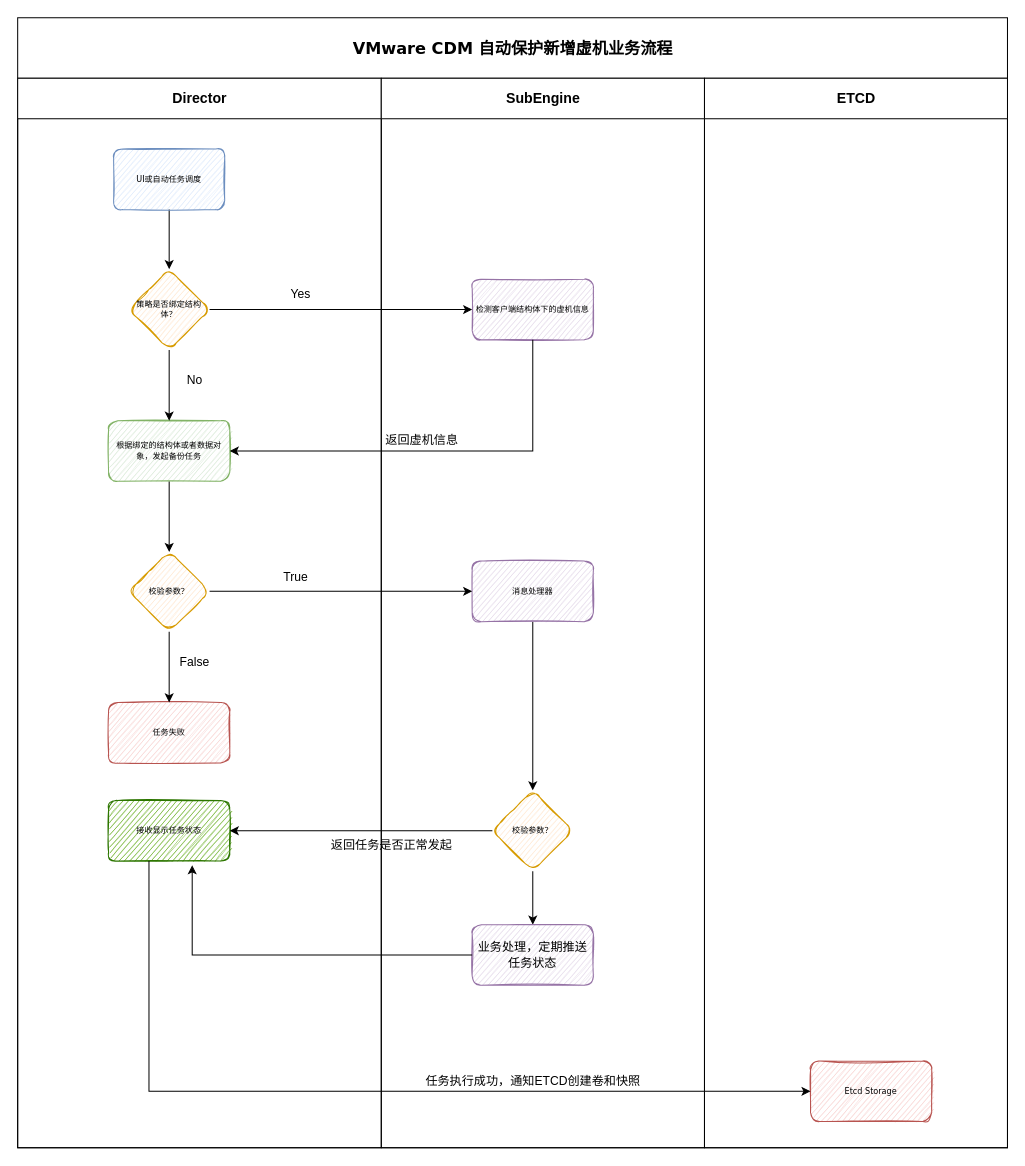
Earlier version of the draw.io diagram vmware auto backup.drawio (maqinzhang/diagrams). Source tidied: cells renumbered, new cells numbered last; positions are measured from the earlier drawing's top-left corner, leaving out a move shared by most shapes. Both pictures are drawn from the tidied source at 101%, with x=0, y=0 at pixel (17, 17).
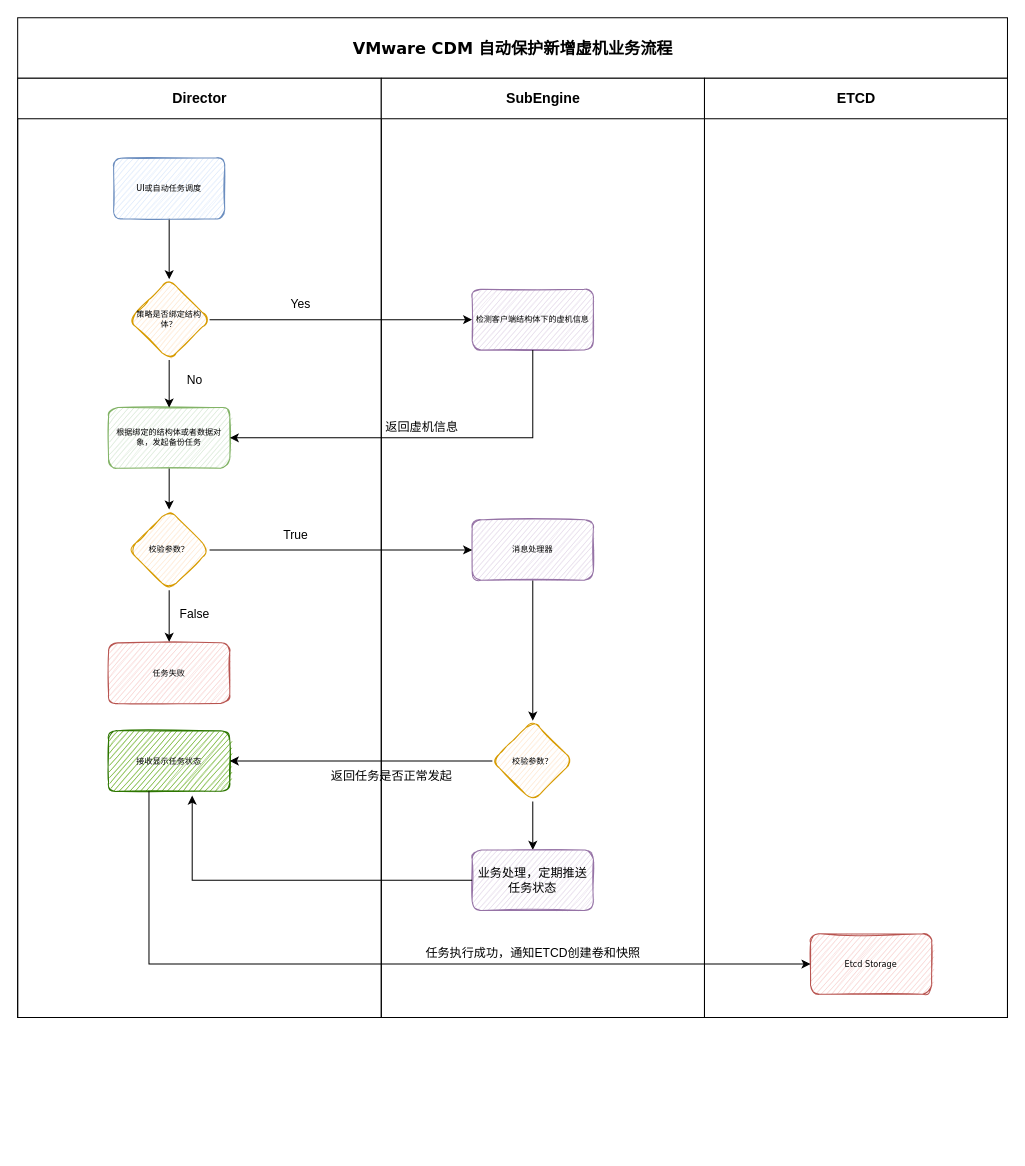
After the change.

Change to the diagram source:
```diff
@@
     <mxCell id="2" value="&lt;p style=&quot;line-height: 1.2;&quot;&gt;&lt;font style=&quot;font-size: 16px;&quot;&gt;VMware CDM 自动保护新增虚机&lt;/font&gt;&lt;span style=&quot;font-size: 16px; background-color: initial;&quot;&gt;业务流程&lt;/span&gt;&lt;/p&gt;" style="swimlane;html=1;startSize=60;rounded=0;shadow=0;labelBackgroundColor=none;strokeWidth=1;fontFamily=Verdana;fontSize=8;align=center;glass=0;" parent="1" vertex="1">
-      <mxGeometry width="980" height="1119" as="geometry" />
+      <mxGeometry width="980" height="990" as="geometry" />
     </mxCell>
     <mxCell id="3" value="&lt;font style=&quot;font-size: 14px;&quot;&gt;Director&lt;/font&gt;" style="swimlane;html=1;startSize=40;" parent="2" vertex="1">
-      <mxGeometry y="60" width="360" height="1059" as="geometry" />
+      <mxGeometry y="60" width="360" height="930" as="geometry" />
     </mxCell>
     <mxCell id="4" style="edgeStyle=orthogonalEdgeStyle;rounded=0;jettySize=auto;html=1;" parent="3" edge="1" source="5">
       <mxGeometry relative="1" as="geometry">
-        <mxPoint x="150" y="189" as="targetPoint" />
+        <mxPoint x="150" y="199" as="targetPoint" />
       </mxGeometry>
     </mxCell>
     <mxCell id="5" value="UI或自动任务调度" style="rounded=1;whiteSpace=wrap;html=1;shadow=0;labelBackgroundColor=none;strokeWidth=1;fontFamily=Verdana;fontSize=8;align=center;fillColor=#dae8fc;strokeColor=#6c8ebf;sketch=1;fillStyle=auto;" parent="3" vertex="1">
-      <mxGeometry x="95" y="70" width="110" height="60" as="geometry" />
+      <mxGeometry x="95" y="79" width="110" height="60" as="geometry" />
     </mxCell>
     <mxCell id="6" value="校验参数？" style="rhombus;whiteSpace=wrap;html=1;fontSize=8;fontFamily=Verdana;fillColor=#ffe6cc;strokeColor=#d79b00;rounded=1;shadow=0;labelBackgroundColor=none;strokeWidth=1;sketch=1;fillStyle=auto;" parent="3" vertex="1">
-      <mxGeometry x="110" y="468" width="80" height="80" as="geometry" />
+      <mxGeometry x="110" y="427" width="80" height="80" as="geometry" />
     </mxCell>
     <mxCell id="7" value="任务失败" style="whiteSpace=wrap;html=1;fontSize=8;fontFamily=Verdana;fillColor=#f8cecc;strokeColor=#b85450;rounded=1;shadow=0;labelBackgroundColor=none;strokeWidth=1;sketch=1;fillStyle=auto;" parent="3" vertex="1">
-      <mxGeometry x="90" y="618" width="120" height="60" as="geometry" />
+      <mxGeometry x="90" y="559" width="120" height="60" as="geometry" />
     </mxCell>
-    <mxCell id="8" style="edgeStyle=orthogonalEdgeStyle;rounded=0;jettySize=auto;html=1;" parent="3" edge="1" source="6" target="7">
-      <mxGeometry relative="1" as="geometry" />
+    <mxCell id="8" style="edgeStyle=orthogonalEdgeStyle;rounded=0;jettySize=auto;html=1;" parent="3" edge="1" source="6">
+      <mxGeometry relative="1" as="geometry">
+        <mxPoint x="150" y="558" as="targetPoint" />
+      </mxGeometry>
     </mxCell>
     <mxCell id="9" value="&lt;font color=&quot;#000000&quot;&gt;接收显示任务状态&lt;/font&gt;" style="whiteSpace=wrap;html=1;fontSize=8;fontFamily=Verdana;fillColor=#60a917;strokeColor=#2D7600;rounded=1;shadow=0;labelBackgroundColor=none;strokeWidth=1;sketch=1;fillStyle=auto;fontColor=#ffffff;" parent="3" vertex="1">
-      <mxGeometry x="90" y="715" width="120" height="60" as="geometry" />
+      <mxGeometry x="90" y="646" width="120" height="60" as="geometry" />
     </mxCell>
     <mxCell id="10" value="False" style="text;html=1;align=center;verticalAlign=middle;strokeColor=none;fillColor=none;" parent="3" vertex="1">
-      <mxGeometry x="150" y="563" width="50" height="30" as="geometry" />
+      <mxGeometry x="150" y="516" width="50" height="30" as="geometry" />
     </mxCell>
     <mxCell id="11" value="策略是否绑定结构体？" style="rhombus;whiteSpace=wrap;html=1;fontSize=8;fontFamily=Verdana;fillColor=#ffe6cc;strokeColor=#d79b00;rounded=1;shadow=0;labelBackgroundColor=none;strokeWidth=1;sketch=1;fillStyle=auto;" parent="3" vertex="1">
-      <mxGeometry x="110" y="189" width="80" height="80" as="geometry" />
+      <mxGeometry x="110" y="199" width="80" height="80" as="geometry" />
     </mxCell>
-    <mxCell id="12" style="edgeStyle=orthogonalEdgeStyle;rounded=0;jettySize=auto;html=1;" parent="3" edge="1" source="13">
-      <mxGeometry relative="1" as="geometry">
-        <mxPoint x="150" y="469" as="targetPoint" />
-      </mxGeometry>
-    </mxCell>
+    <mxCell id="36" style="edgeStyle=orthogonalEdgeStyle;rounded=0;jettySize=auto;html=1;" parent="3" edge="1" source="13" target="6">
+      <mxGeometry relative="1" as="geometry" />
+    </mxCell>
     <mxCell id="13" value="根据绑定的结构体或者数据对象，发起备份任务" style="whiteSpace=wrap;html=1;fontSize=8;fontFamily=Verdana;fillColor=#d5e8d4;strokeColor=#82b366;rounded=1;shadow=0;labelBackgroundColor=none;strokeWidth=1;sketch=1;fillStyle=auto;" parent="3" vertex="1">
-      <mxGeometry x="90" y="339" width="120" height="60" as="geometry" />
+      <mxGeometry x="90" y="326" width="120" height="60" as="geometry" />
     </mxCell>
@@
     <mxCell id="16" value="检测客户端结构体下的虚机信息" style="whiteSpace=wrap;html=1;fontSize=8;fontFamily=Verdana;fillColor=#e1d5e7;strokeColor=#9673a6;rounded=1;shadow=0;labelBackgroundColor=none;strokeWidth=1;sketch=1;fillStyle=auto;perimeterSpacing=0;" parent="3" vertex="1">
-      <mxGeometry x="450" y="199" width="120" height="60" as="geometry" />
+      <mxGeometry x="450" y="209" width="120" height="60" as="geometry" />
     </mxCell>
@@
     <mxCell id="18" value="Yes" style="text;html=1;align=center;verticalAlign=middle;strokeColor=none;fillColor=none;" parent="3" vertex="1">
-      <mxGeometry x="260" y="199" width="40" height="30" as="geometry" />
+      <mxGeometry x="260" y="209" width="40" height="30" as="geometry" />
     </mxCell>
     <mxCell id="19" style="endArrow=classic;html=1;rounded=0;exitX=0.5;exitY=1;exitDx=0;exitDy=0;entryX=1;entryY=0.5;entryDx=0;entryDy=0;" parent="3" edge="1" source="16" target="13">
       <mxGeometry relative="1" as="geometry">
         <Array as="points">
-          <mxPoint x="510" y="369" />
+          <mxPoint x="510" y="356" />
         </Array>
       </mxGeometry>
     </mxCell>
     <mxCell id="20" value="True" style="text;html=1;align=center;verticalAlign=middle;strokeColor=none;fillColor=none;" parent="3" vertex="1">
-      <mxGeometry x="250" y="479" width="50" height="30" as="geometry" />
+      <mxGeometry x="250" y="438" width="50" height="30" as="geometry" />
     </mxCell>
     <mxCell id="21" value="&lt;font style=&quot;font-size: 14px;&quot;&gt;SubEngine&lt;/font&gt;" style="swimlane;html=1;startSize=40;" parent="2" vertex="1">
-      <mxGeometry x="360" y="60" width="320" height="1059" as="geometry" />
+      <mxGeometry x="360" y="60" width="320" height="930" as="geometry" />
     </mxCell>
@@
     <mxCell id="23" value="消息处理器" style="whiteSpace=wrap;html=1;fontSize=8;fontFamily=Verdana;fillColor=#e1d5e7;strokeColor=#9673a6;rounded=1;shadow=0;labelBackgroundColor=none;strokeWidth=1;sketch=1;fillStyle=auto;perimeterSpacing=0;" parent="21" vertex="1">
-      <mxGeometry x="90" y="478" width="120" height="60" as="geometry" />
+      <mxGeometry x="90" y="437" width="120" height="60" as="geometry" />
     </mxCell>
@@
     <mxCell id="25" value="校验参数？" style="rhombus;whiteSpace=wrap;html=1;fontSize=8;fontFamily=Verdana;fillColor=#ffe6cc;strokeColor=#d79b00;rounded=1;shadow=0;labelBackgroundColor=none;strokeWidth=1;sketch=1;fillStyle=auto;" parent="21" vertex="1">
-      <mxGeometry x="110" y="705" width="80" height="80" as="geometry" />
+      <mxGeometry x="110" y="636" width="80" height="80" as="geometry" />
     </mxCell>
     <mxCell id="26" value="&lt;span style=&quot;font-family: Helvetica; font-size: 12px;&quot;&gt;业务处理，定期推送任务状态&lt;/span&gt;" style="whiteSpace=wrap;html=1;fontSize=8;fontFamily=Verdana;fillColor=#e1d5e7;strokeColor=#9673a6;rounded=1;shadow=0;labelBackgroundColor=none;strokeWidth=1;sketch=1;fillStyle=auto;" parent="21" vertex="1">
-      <mxGeometry x="90" y="838" width="120" height="60" as="geometry" />
+      <mxGeometry x="90" y="764" width="120" height="60" as="geometry" />
     </mxCell>
     <mxCell id="27" value="返回任务是否正常发起" style="text;html=1;align=center;verticalAlign=middle;strokeColor=none;fillColor=none;" parent="21" vertex="1">
-      <mxGeometry x="-60" y="745" width="140" height="30" as="geometry" />
+      <mxGeometry x="-60" y="676" width="140" height="30" as="geometry" />
     </mxCell>
     <mxCell id="28" value="任务执行成功，通知ETCD创建卷和快照" style="text;html=1;align=center;verticalAlign=middle;strokeColor=none;fillColor=none;" parent="21" vertex="1">
-      <mxGeometry x="30" y="978" width="240" height="30" as="geometry" />
+      <mxGeometry x="30" y="852" width="240" height="30" as="geometry" />
     </mxCell>
     <mxCell id="29" value="返回虚机信息" style="text;html=1;align=center;verticalAlign=middle;strokeColor=none;fillColor=none;" parent="21" vertex="1">
-      <mxGeometry x="-10" y="344" width="100" height="30" as="geometry" />
+      <mxGeometry x="-10" y="331" width="100" height="30" as="geometry" />
     </mxCell>
     <mxCell id="30" value="&lt;span style=&quot;font-size: 14px;&quot;&gt;ETCD&lt;/span&gt;" style="swimlane;html=1;startSize=40;" parent="2" vertex="1">
-      <mxGeometry x="680" y="60" width="300" height="1059" as="geometry" />
+      <mxGeometry x="680" y="60" width="300" height="930" as="geometry" />
     </mxCell>
     <mxCell id="31" value="Etcd Storage" style="whiteSpace=wrap;html=1;fontSize=8;fontFamily=Verdana;fillColor=#f8cecc;strokeColor=#b85450;rounded=1;shadow=0;labelBackgroundColor=none;strokeWidth=1;sketch=1;fillStyle=auto;" parent="30" vertex="1">
-      <mxGeometry x="105" y="973" width="120" height="60" as="geometry" />
+      <mxGeometry x="105" y="847" width="120" height="60" as="geometry" />
     </mxCell>
@@
     <mxCell id="35" style="edgeStyle=orthogonalEdgeStyle;rounded=0;jettySize=auto;html=1;entryX=0;entryY=0.5;entryDx=0;entryDy=0;" parent="2" edge="1" source="9" target="31">
       <mxGeometry relative="1" as="geometry">
         <Array as="points">
-          <mxPoint x="130" y="1063" />
+          <mxPoint x="130" y="937" />
         </Array>
       </mxGeometry>
     </mxCell>
```
